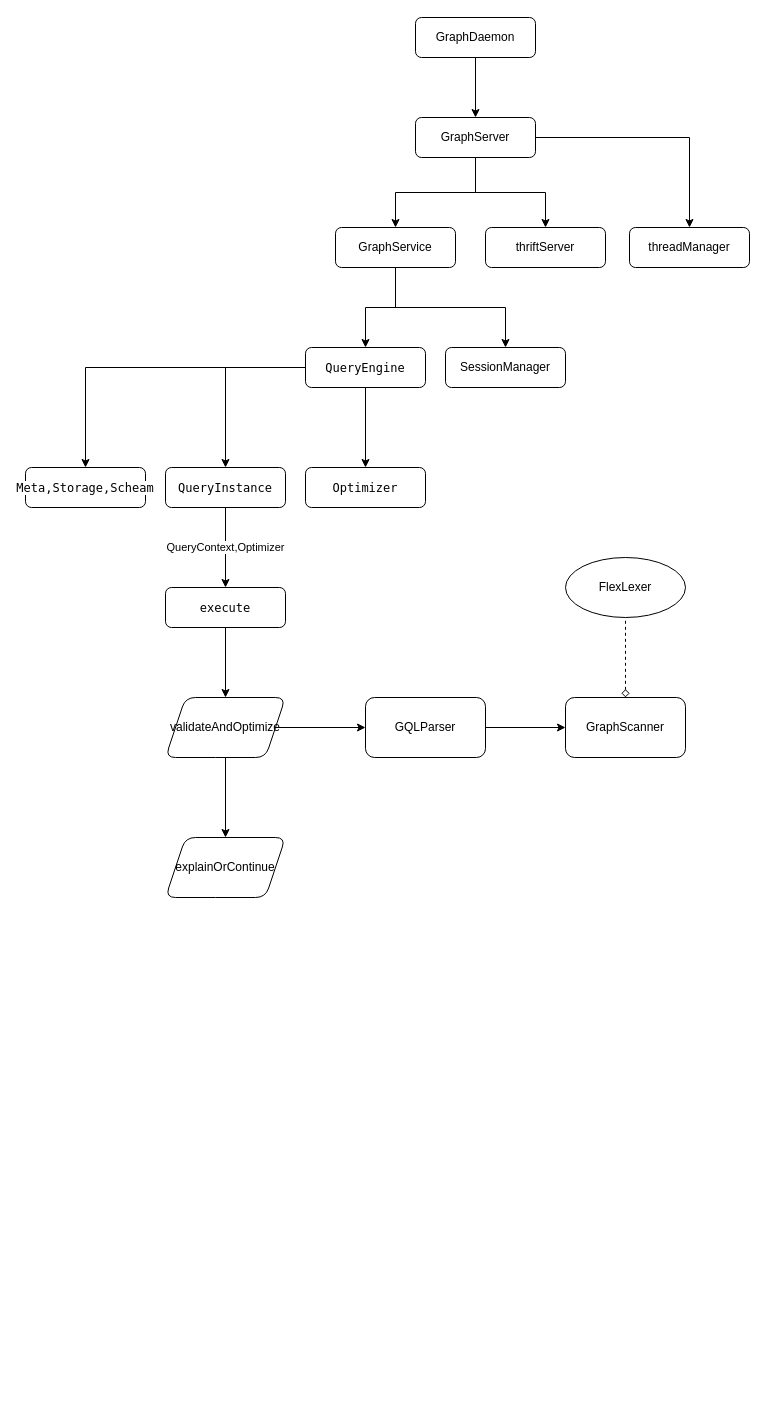
This is NebulaGraphQueryFlow.drawio from mizy/mizy, a draw.io file, before an edit. Source tidied: cells renumbered, new cells numbered last; positions are measured from the earlier drawing's top-left corner, leaving out a move shared by most shapes. Both pictures are drawn from the tidied source at 100%, with x=0, y=0 at pixel (25, 17).
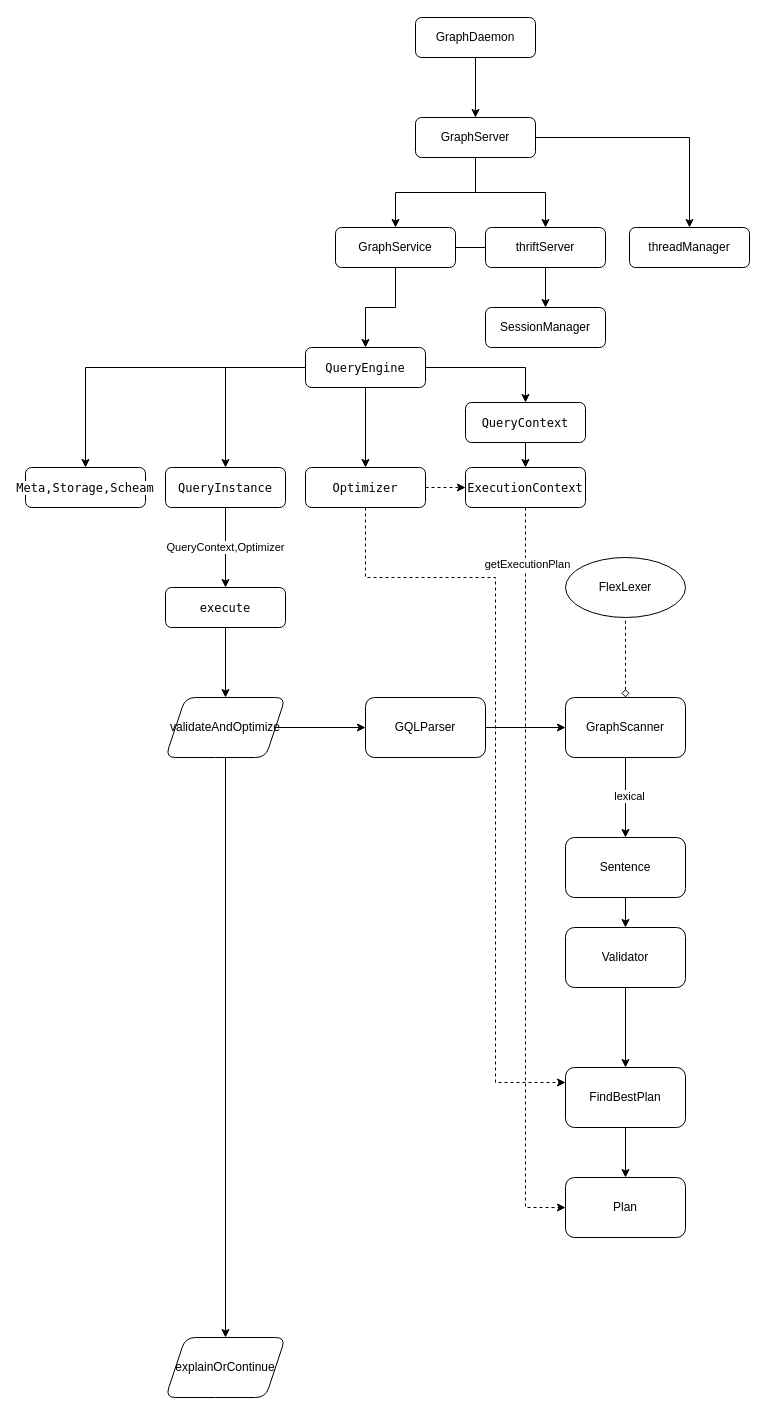
Above is the later version.

The change refers to these unchanged cells:
```xml
<mxCell id="16" value="&lt;div style=&quot;font-family: &amp;#34;menlo&amp;#34; , &amp;#34;monaco&amp;#34; , &amp;#34;courier new&amp;#34; , monospace ; line-height: 18px&quot;&gt;&lt;span style=&quot;background-color: rgb(255 , 255 , 255)&quot;&gt;QueryEngine&lt;/span&gt;&lt;/div&gt;" style="rounded=1;whiteSpace=wrap;html=1;fontSize=12;glass=0;strokeWidth=1;shadow=0;" parent="1" vertex="1">
  <mxGeometry x="280" y="330" width="120" height="40" as="geometry" />
</mxCell>
<mxCell id="18" value="&lt;div style=&quot;font-family: &amp;#34;menlo&amp;#34; , &amp;#34;monaco&amp;#34; , &amp;#34;courier new&amp;#34; , monospace ; line-height: 18px&quot;&gt;&lt;span style=&quot;background-color: rgb(255 , 255 , 255)&quot;&gt;Optimizer&lt;/span&gt;&lt;/div&gt;" style="rounded=1;whiteSpace=wrap;html=1;fontSize=12;glass=0;strokeWidth=1;shadow=0;" parent="1" vertex="1">
  <mxGeometry x="280" y="450" width="120" height="40" as="geometry" />
</mxCell>
<mxCell id="31" value="GraphScanner" style="whiteSpace=wrap;html=1;rounded=1;glass=0;strokeWidth=1;shadow=0;" parent="1" vertex="1">
  <mxGeometry x="540" y="680" width="120" height="60" as="geometry" />
</mxCell>
```

Diff of the diagram source:
```diff
@@
+    <mxCell id="33" style="edgeStyle=orthogonalEdgeStyle;rounded=0;jettySize=auto;html=1;fontColor=#000000;startArrow=none;startFill=0;endArrow=classic;endFill=1;" parent="1" edge="1" source="16" target="43">
+      <mxGeometry relative="1" as="geometry" />
+    </mxCell>
@@
     <mxCell id="17" value="SessionManager" style="rounded=1;whiteSpace=wrap;html=1;fontSize=12;glass=0;strokeWidth=1;shadow=0;" parent="1" vertex="1">
-      <mxGeometry x="420" y="330" width="120" height="40" as="geometry" />
+      <mxGeometry x="460" y="290" width="120" height="40" as="geometry" />
     </mxCell>
+    <mxCell id="34" style="edgeStyle=orthogonalEdgeStyle;rounded=0;jettySize=auto;html=1;fontColor=#000000;startArrow=none;startFill=0;endArrow=classic;endFill=1;entryX=0;entryY=0.25;entryDx=0;entryDy=0;dashed=1;" parent="1" edge="1" source="18" target="45">
+      <mxGeometry relative="1" as="geometry">
+        <Array as="points">
+          <mxPoint x="340" y="560" />
+          <mxPoint x="470" y="560" />
+          <mxPoint x="470" y="1065" />
+        </Array>
+      </mxGeometry>
+    </mxCell>
+    <mxCell id="35" style="edgeStyle=orthogonalEdgeStyle;rounded=0;jettySize=auto;html=1;dashed=1;fontColor=#000000;startArrow=none;startFill=0;endArrow=classic;endFill=1;" parent="1" edge="1" source="18" target="49">
+      <mxGeometry relative="1" as="geometry" />
+    </mxCell>
@@
     <mxCell id="29" value="explainOrContinue" style="shape=parallelogram;perimeter=parallelogramPerimeter;whiteSpace=wrap;html=1;fixedSize=1;rounded=1;glass=0;strokeWidth=1;shadow=0;" parent="1" vertex="1">
-      <mxGeometry x="140" y="820" width="120" height="60" as="geometry" />
+      <mxGeometry x="140" y="1320" width="120" height="60" as="geometry" />
     </mxCell>
@@
+    <mxCell id="36" style="edgeStyle=orthogonalEdgeStyle;rounded=0;jettySize=auto;html=1;fontColor=#000000;startArrow=none;startFill=0;endArrow=classic;endFill=1;" parent="1" edge="1" source="31" target="39">
+      <mxGeometry relative="1" as="geometry" />
+    </mxCell>
+    <mxCell id="37" value="lexical" style="edgeLabel;html=1;align=center;verticalAlign=middle;fontColor=#000000;" parent="36" vertex="1">
+      <mxGeometry x="-0.05" y="3" relative="1" as="geometry" />
+    </mxCell>
@@
+    <mxCell id="38" style="edgeStyle=orthogonalEdgeStyle;rounded=0;jettySize=auto;html=1;fontColor=#000000;startArrow=none;startFill=0;endArrow=classic;endFill=1;" parent="1" edge="1" source="39" target="41">
+      <mxGeometry relative="1" as="geometry" />
+    </mxCell>
+    <mxCell id="39" value="Sentence" style="whiteSpace=wrap;html=1;rounded=1;glass=0;strokeWidth=1;shadow=0;" parent="1" vertex="1">
+      <mxGeometry x="540" y="820" width="120" height="60" as="geometry" />
+    </mxCell>
+    <mxCell id="40" style="edgeStyle=orthogonalEdgeStyle;rounded=0;jettySize=auto;html=1;fontColor=#000000;startArrow=none;startFill=0;endArrow=classic;endFill=1;" parent="1" edge="1" source="41" target="45">
+      <mxGeometry relative="1" as="geometry" />
+    </mxCell>
+    <mxCell id="41" value="Validator" style="whiteSpace=wrap;html=1;rounded=1;glass=0;strokeWidth=1;shadow=0;" parent="1" vertex="1">
+      <mxGeometry x="540" y="910" width="120" height="60" as="geometry" />
+    </mxCell>
+    <mxCell id="42" style="edgeStyle=orthogonalEdgeStyle;rounded=0;jettySize=auto;html=1;fontColor=#000000;startArrow=none;startFill=0;endArrow=classic;endFill=1;" parent="1" edge="1" source="43" target="49">
+      <mxGeometry relative="1" as="geometry" />
+    </mxCell>
+    <mxCell id="43" value="&lt;div style=&quot;font-family: &amp;#34;menlo&amp;#34; , &amp;#34;monaco&amp;#34; , &amp;#34;courier new&amp;#34; , monospace ; line-height: 18px&quot;&gt;&lt;span style=&quot;background-color: rgb(255 , 255 , 255)&quot;&gt;QueryContext&lt;/span&gt;&lt;/div&gt;" style="rounded=1;whiteSpace=wrap;html=1;fontSize=12;glass=0;strokeWidth=1;shadow=0;" parent="1" vertex="1">
+      <mxGeometry x="440" y="385" width="120" height="40" as="geometry" />
+    </mxCell>
+    <mxCell id="44" style="edgeStyle=orthogonalEdgeStyle;rounded=0;jettySize=auto;html=1;fontColor=#000000;startArrow=none;startFill=0;endArrow=classic;endFill=1;" parent="1" edge="1" source="45" target="46">
+      <mxGeometry relative="1" as="geometry" />
+    </mxCell>
+    <mxCell id="45" value="FindBestPlan" style="whiteSpace=wrap;html=1;rounded=1;glass=0;strokeWidth=1;shadow=0;" parent="1" vertex="1">
+      <mxGeometry x="540" y="1050" width="120" height="60" as="geometry" />
+    </mxCell>
+    <mxCell id="46" value="Plan" style="whiteSpace=wrap;html=1;rounded=1;glass=0;strokeWidth=1;shadow=0;" parent="1" vertex="1">
+      <mxGeometry x="540" y="1160" width="120" height="60" as="geometry" />
+    </mxCell>
+    <mxCell id="47" style="edgeStyle=orthogonalEdgeStyle;rounded=0;jettySize=auto;html=1;entryX=0;entryY=0.5;entryDx=0;entryDy=0;fontColor=#000000;startArrow=none;startFill=0;endArrow=classic;endFill=1;dashed=1;" parent="1" edge="1" source="49" target="46">
+      <mxGeometry relative="1" as="geometry" />
+    </mxCell>
+    <mxCell id="48" value="getExecutionPlan" style="edgeLabel;html=1;align=center;verticalAlign=middle;fontColor=#000000;" parent="47" vertex="1">
+      <mxGeometry x="-0.85" y="1" relative="1" as="geometry" />
+    </mxCell>
+    <mxCell id="49" value="&lt;div style=&quot;font-family: &amp;#34;menlo&amp;#34; , &amp;#34;monaco&amp;#34; , &amp;#34;courier new&amp;#34; , monospace ; line-height: 18px&quot;&gt;&lt;span style=&quot;background-color: rgb(255 , 255 , 255)&quot;&gt;ExecutionContext&lt;/span&gt;&lt;/div&gt;" style="rounded=1;whiteSpace=wrap;html=1;fontSize=12;glass=0;strokeWidth=1;shadow=0;" parent="1" vertex="1">
+      <mxGeometry x="440" y="450" width="120" height="40" as="geometry" />
+    </mxCell>
```
